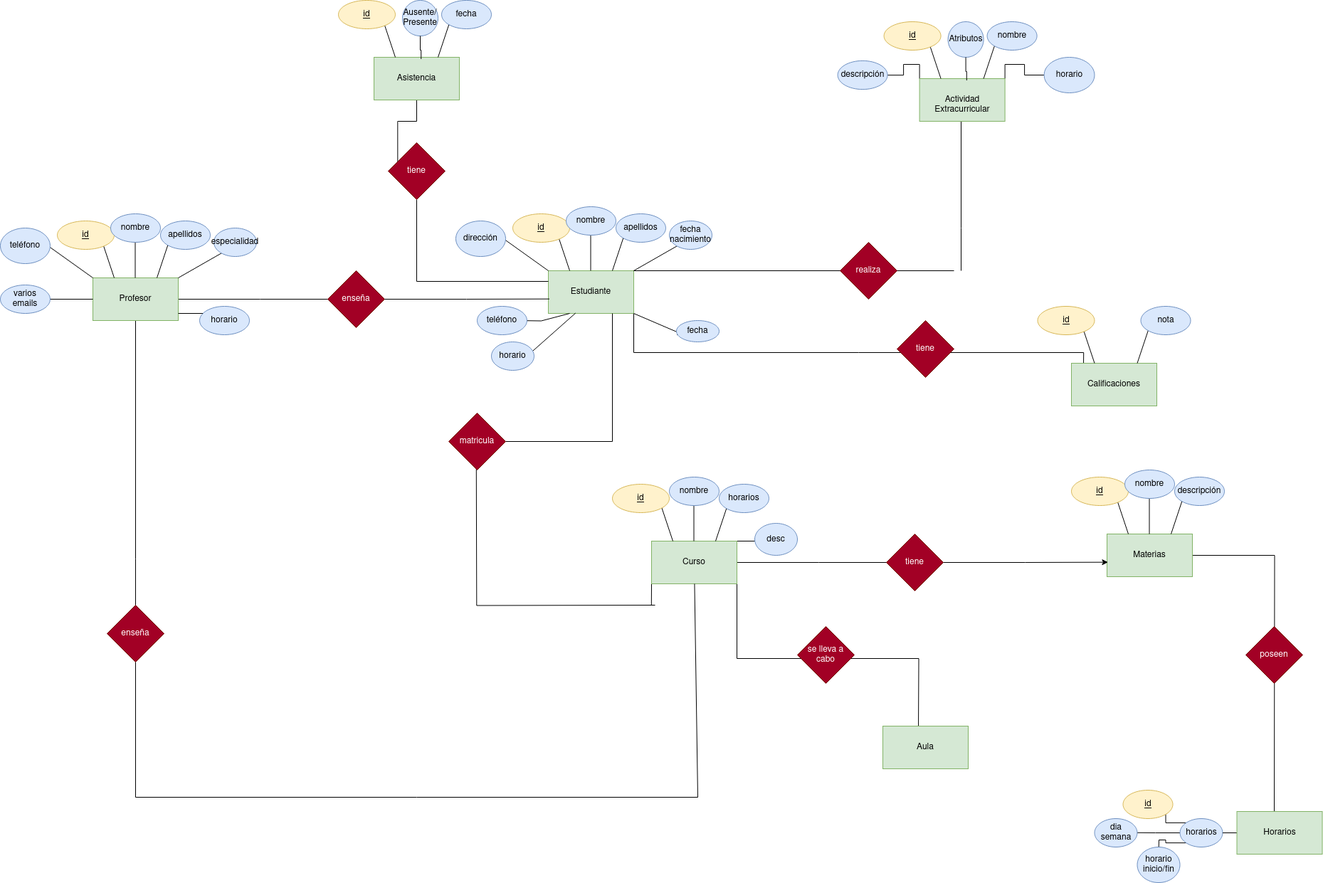
jpprguezz/BAE keeps this draw.io diagram as Unidad-1/Tareas/Tarea-Evaluable/Tarea-Evaluable-1.drawio.png. Above is the earlier version. Source tidied: cells renumbered, new cells last; positions are measured from the earlier drawing's top-left corner, leaving out a move shared by most shapes.
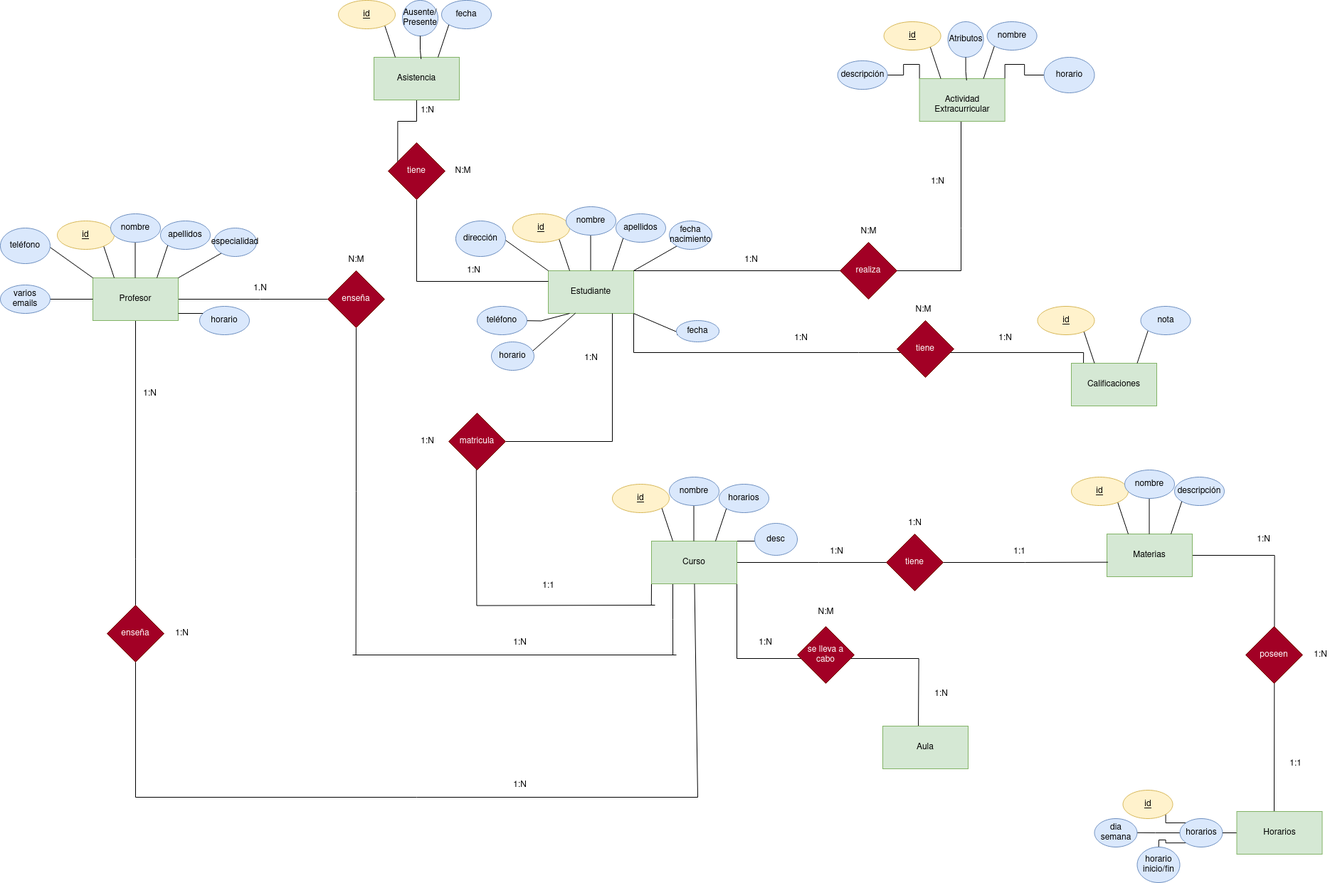
After the commit.

Change to the diagram source:
```diff
@@ -162,12 +162,14 @@
     <mxCell id="37" value="varios emails" style="ellipse;whiteSpace=wrap;html=1;fillColor=#dae8fc;strokeColor=#6c8ebf;" parent="1" vertex="1">
       <mxGeometry y="400" width="70" height="40" as="geometry" />
     </mxCell>
+    <mxCell id="111" style="edgeStyle=orthogonalEdgeStyle;rounded=0;jettySize=auto;html=1;exitX=0.5;exitY=1;exitDx=0;exitDy=0;endArrow=none;endFill=0;" parent="1" edge="1" source="38">
+      <mxGeometry relative="1" as="geometry">
+        <mxPoint x="499.6" y="920" as="targetPoint" />
+      </mxGeometry>
+    </mxCell>
     <mxCell id="38" value="enseña" style="rhombus;whiteSpace=wrap;html=1;fillColor=#a20025;fontColor=#ffffff;strokeColor=#6F0000;" parent="1" vertex="1">
       <mxGeometry x="460" y="380" width="80" height="80" as="geometry" />
     </mxCell>
-    <mxCell id="39" style="edgeStyle=orthogonalEdgeStyle;rounded=0;jettySize=auto;html=1;exitX=1;exitY=0.5;exitDx=0;exitDy=0;entryX=0.012;entryY=0.661;entryDx=0;entryDy=0;entryPerimeter=0;endArrow=none;endFill=0;" parent="1" edge="1" source="38" target="4">
-      <mxGeometry relative="1" as="geometry" />
-    </mxCell>
     <mxCell id="40" value="Calificaciones" style="rounded=0;whiteSpace=wrap;html=1;fillColor=#d5e8d4;strokeColor=#82b366;" parent="1" vertex="1">
       <mxGeometry x="1505" y="510" width="120" height="60" as="geometry" />
     </mxCell>
@@ -232,6 +234,11 @@
         <mxPoint x="1290" y="1030" as="targetPoint" />
       </mxGeometry>
     </mxCell>
+    <mxCell id="112" style="edgeStyle=orthogonalEdgeStyle;rounded=0;jettySize=auto;html=1;exitX=0.25;exitY=1;exitDx=0;exitDy=0;endArrow=none;endFill=0;" parent="1" edge="1" source="54">
+      <mxGeometry relative="1" as="geometry">
+        <mxPoint x="945.1" y="920" as="targetPoint" />
+      </mxGeometry>
+    </mxCell>
     <mxCell id="54" value="Curso" style="rounded=0;whiteSpace=wrap;html=1;fillColor=#d5e8d4;strokeColor=#82b366;" parent="1" vertex="1">
       <mxGeometry x="915" y="760" width="120" height="60" as="geometry" />
     </mxCell>
@@ -265,7 +272,7 @@
     <mxCell id="61" value="tiene" style="rhombus;whiteSpace=wrap;html=1;fillColor=#a20025;fontColor=#ffffff;strokeColor=#6F0000;" parent="1" vertex="1">
       <mxGeometry x="1245" y="750" width="80" height="80" as="geometry" />
     </mxCell>
-    <mxCell id="62" style="edgeStyle=orthogonalEdgeStyle;rounded=0;jettySize=auto;html=1;exitX=1;exitY=0.5;exitDx=0;exitDy=0;entryX=0.012;entryY=0.661;entryDx=0;entryDy=0;entryPerimeter=0;" parent="1" edge="1" source="61" target="42">
+    <mxCell id="62" style="edgeStyle=orthogonalEdgeStyle;rounded=0;jettySize=auto;html=1;exitX=1;exitY=0.5;exitDx=0;exitDy=0;entryX=0.012;entryY=0.661;entryDx=0;entryDy=0;entryPerimeter=0;endArrow=none;endFill=0;" parent="1" edge="1" source="61" target="42">
       <mxGeometry relative="1" as="geometry" />
     </mxCell>
     <mxCell id="63" value="desc" style="ellipse;whiteSpace=wrap;html=1;fillColor=#dae8fc;strokeColor=#6c8ebf;" parent="1" vertex="1">
@@ -358,7 +365,7 @@
     </mxCell>
     <mxCell id="86" style="endArrow=none;html=1;rounded=0;" parent="1" edge="1">
       <mxGeometry relative="1" as="geometry">
-        <mxPoint x="1340" y="380" as="sourcePoint" />
+        <mxPoint x="1350" y="380" as="sourcePoint" />
         <mxPoint x="890" y="380" as="targetPoint" />
       </mxGeometry>
     </mxCell>
@@ -452,5 +459,92 @@
     <mxCell id="110" value="Horarios" style="rounded=0;whiteSpace=wrap;html=1;fillColor=#d5e8d4;strokeColor=#82b366;" parent="1" vertex="1">
       <mxGeometry x="1737.5" y="1140" width="120" height="60" as="geometry" />
     </mxCell>
+    <mxCell id="113" value="1:N" style="text;html=1;align=center;verticalAlign=middle;strokeColor=none;fillColor=none;" parent="1" vertex="1">
+      <mxGeometry x="1035" y="350" width="40" height="30" as="geometry" />
+    </mxCell>
+    <mxCell id="114" value="1:N" style="text;html=1;align=center;verticalAlign=middle;strokeColor=none;fillColor=none;" parent="1" vertex="1">
+      <mxGeometry x="1296.6" y="240" width="40" height="30" as="geometry" />
+    </mxCell>
+    <mxCell id="115" value="N:M" style="text;html=1;align=center;verticalAlign=middle;strokeColor=none;fillColor=none;" parent="1" vertex="1">
+      <mxGeometry x="1195" y="310" width="50" height="30" as="geometry" />
+    </mxCell>
+    <mxCell id="116" value="1:N" style="text;html=1;align=center;verticalAlign=middle;strokeColor=none;fillColor=none;" parent="1" vertex="1">
+      <mxGeometry x="1105" y="460" width="40" height="30" as="geometry" />
+    </mxCell>
+    <mxCell id="117" value="N:M" style="text;html=1;align=center;verticalAlign=middle;strokeColor=none;fillColor=none;" parent="1" vertex="1">
+      <mxGeometry x="1271.6" y="420" width="50" height="30" as="geometry" />
+    </mxCell>
+    <mxCell id="118" value="1:N" style="text;html=1;align=center;verticalAlign=middle;strokeColor=none;fillColor=none;" parent="1" vertex="1">
+      <mxGeometry x="1391.6" y="460" width="40" height="30" as="geometry" />
+    </mxCell>
+    <mxCell id="119" value="1:N" style="text;html=1;align=center;verticalAlign=middle;strokeColor=none;fillColor=none;" parent="1" vertex="1">
+      <mxGeometry x="645" y="365" width="40" height="30" as="geometry" />
+    </mxCell>
+    <mxCell id="120" value="N:M" style="text;html=1;align=center;verticalAlign=middle;strokeColor=none;fillColor=none;" parent="1" vertex="1">
+      <mxGeometry x="625" y="225" width="50" height="30" as="geometry" />
+    </mxCell>
+    <mxCell id="121" value="1:N" style="text;html=1;align=center;verticalAlign=middle;strokeColor=none;fillColor=none;" parent="1" vertex="1">
+      <mxGeometry x="580" y="140" width="40" height="30" as="geometry" />
+    </mxCell>
+    <mxCell id="122" value="1.N" style="text;html=1;align=center;verticalAlign=middle;strokeColor=none;fillColor=none;" parent="1" vertex="1">
+      <mxGeometry x="345" y="390" width="40" height="30" as="geometry" />
+    </mxCell>
+    <mxCell id="123" value="N:M" style="text;html=1;align=center;verticalAlign=middle;strokeColor=none;fillColor=none;" parent="1" vertex="1">
+      <mxGeometry x="475" y="350" width="50" height="30" as="geometry" />
+    </mxCell>
+    <mxCell id="124" style="endArrow=none;html=1;rounded=0;" parent="1" edge="1">
+      <mxGeometry relative="1" as="geometry">
+        <mxPoint x="495" y="920" as="sourcePoint" />
+        <mxPoint x="950" y="920" as="targetPoint" />
+      </mxGeometry>
+    </mxCell>
+    <mxCell id="125" value="1:N" style="text;html=1;align=center;verticalAlign=middle;strokeColor=none;fillColor=none;" parent="1" vertex="1">
+      <mxGeometry x="710" y="888" width="40" height="30" as="geometry" />
+    </mxCell>
+    <mxCell id="126" value="1:N" style="text;html=1;align=center;verticalAlign=middle;strokeColor=none;fillColor=none;" parent="1" vertex="1">
+      <mxGeometry x="710" y="1088" width="40" height="30" as="geometry" />
+    </mxCell>
+    <mxCell id="127" value="1:N" style="text;html=1;align=center;verticalAlign=middle;strokeColor=none;fillColor=none;" parent="1" vertex="1">
+      <mxGeometry x="190" y="538" width="40" height="30" as="geometry" />
+    </mxCell>
+    <mxCell id="128" value="1:N" style="text;html=1;align=center;verticalAlign=middle;strokeColor=none;fillColor=none;" parent="1" vertex="1">
+      <mxGeometry x="235" y="875" width="40" height="30" as="geometry" />
+    </mxCell>
+    <mxCell id="129" value="1:N" style="text;html=1;align=center;verticalAlign=middle;strokeColor=none;fillColor=none;" parent="1" vertex="1">
+      <mxGeometry x="1055" y="888" width="40" height="30" as="geometry" />
+    </mxCell>
+    <mxCell id="130" value="1:N" style="text;html=1;align=center;verticalAlign=middle;strokeColor=none;fillColor=none;" parent="1" vertex="1">
+      <mxGeometry x="1301.6" y="960" width="40" height="30" as="geometry" />
+    </mxCell>
+    <mxCell id="131" value="N:M" style="text;html=1;align=center;verticalAlign=middle;strokeColor=none;fillColor=none;" parent="1" vertex="1">
+      <mxGeometry x="1135" y="845" width="50" height="30" as="geometry" />
+    </mxCell>
+    <mxCell id="132" value="1:N" style="text;html=1;align=center;verticalAlign=middle;strokeColor=none;fillColor=none;" parent="1" vertex="1">
+      <mxGeometry x="1155" y="760" width="40" height="30" as="geometry" />
+    </mxCell>
+    <mxCell id="133" value="1:N" style="text;html=1;align=center;verticalAlign=middle;strokeColor=none;fillColor=none;" parent="1" vertex="1">
+      <mxGeometry x="1265" y="720" width="40" height="30" as="geometry" />
+    </mxCell>
+    <mxCell id="134" value="1:1" style="text;html=1;align=center;verticalAlign=middle;strokeColor=none;fillColor=none;" parent="1" vertex="1">
+      <mxGeometry x="1411.6" y="760" width="40" height="30" as="geometry" />
+    </mxCell>
+    <mxCell id="135" value="1:N" style="text;html=1;align=center;verticalAlign=middle;strokeColor=none;fillColor=none;" parent="1" vertex="1">
+      <mxGeometry x="1755" y="742.5" width="40" height="30" as="geometry" />
+    </mxCell>
+    <mxCell id="136" value="1:1" style="text;html=1;align=center;verticalAlign=middle;strokeColor=none;fillColor=none;" parent="1" vertex="1">
+      <mxGeometry x="1800" y="1058" width="40" height="30" as="geometry" />
+    </mxCell>
+    <mxCell id="137" value="1:N" style="text;html=1;align=center;verticalAlign=middle;strokeColor=none;fillColor=none;" parent="1" vertex="1">
+      <mxGeometry x="1835" y="905" width="40" height="30" as="geometry" />
+    </mxCell>
+    <mxCell id="138" value="1:N" style="text;html=1;align=center;verticalAlign=middle;strokeColor=none;fillColor=none;" parent="1" vertex="1">
+      <mxGeometry x="810" y="488" width="40" height="30" as="geometry" />
+    </mxCell>
+    <mxCell id="139" value="1:1" style="text;html=1;align=center;verticalAlign=middle;strokeColor=none;fillColor=none;" parent="1" vertex="1">
+      <mxGeometry x="750" y="808" width="40" height="30" as="geometry" />
+    </mxCell>
+    <mxCell id="140" value="1:N" style="text;html=1;align=center;verticalAlign=middle;strokeColor=none;fillColor=none;" parent="1" vertex="1">
+      <mxGeometry x="580" y="605" width="40" height="30" as="geometry" />
+    </mxCell>
   </root>
 </mxGraphModel>
```
